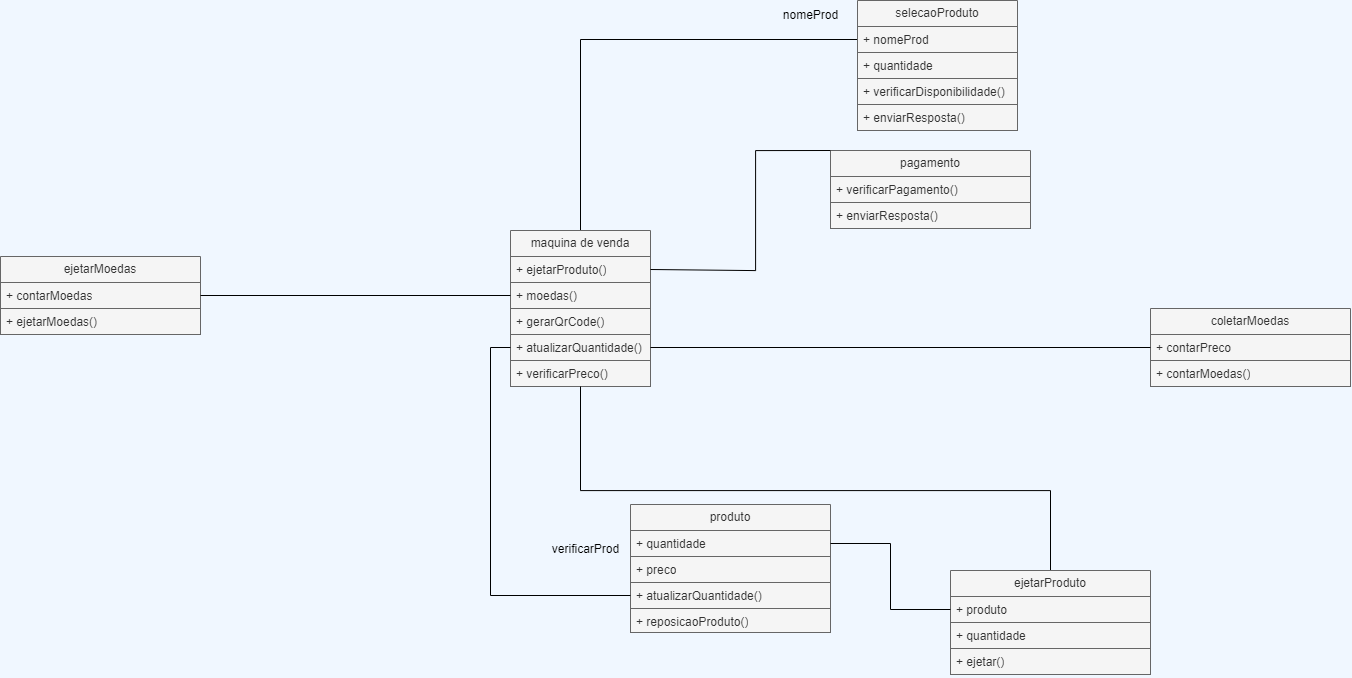
Before: puc2024.2/Diagrama sem nome.drawio.png, a diagram exported from draw.io (batista29/puc). Source tidied: cells renumbered, new cells last; positions are measured from the earlier drawing's top-left corner, leaving out a move shared by most shapes. Its diagram source:
```xml
<mxGraphModel background="#F0F7FF">
  <root>
    <mxCell id="0" />
    <mxCell id="1" parent="0" />
    <mxCell id="2" style="edgeStyle=orthogonalEdgeStyle;rounded=0;jettySize=auto;html=1;entryX=0;entryY=0.5;entryDx=0;entryDy=0;exitX=0.5;exitY=0;exitDx=0;exitDy=0;endArrow=none;endFill=0;" parent="1" edge="1" source="3" target="10">
      <mxGeometry relative="1" as="geometry" />
    </mxCell>
    <mxCell id="3" value="maquina de venda" style="swimlane;fontStyle=0;horizontal=1;startSize=26;whiteSpace=wrap;html=1;fillColor=#f5f5f5;fontColor=#333333;strokeColor=#666666;" parent="1" vertex="1">
      <mxGeometry x="510" y="230" width="140" height="156" as="geometry" />
    </mxCell>
    <mxCell id="4" value="+ ejetarProduto()" style="text;align=left;verticalAlign=top;spacingLeft=4;spacingRight=4;overflow=hidden;points=[[0,0.5],[1,0.5]];portConstraint=eastwest;whiteSpace=wrap;html=1;fillColor=#f5f5f5;fontColor=#333333;strokeColor=#666666;" parent="3" vertex="1">
      <mxGeometry y="26" width="140" height="26" as="geometry" />
    </mxCell>
    <mxCell id="5" value="+ moedas()" style="text;align=left;verticalAlign=top;spacingLeft=4;spacingRight=4;overflow=hidden;points=[[0,0.5],[1,0.5]];portConstraint=eastwest;whiteSpace=wrap;html=1;fillColor=#f5f5f5;fontColor=#333333;strokeColor=#666666;" parent="3" vertex="1">
      <mxGeometry y="52" width="140" height="26" as="geometry" />
    </mxCell>
    <mxCell id="6" value="+ gerarQrCode()" style="text;align=left;verticalAlign=top;spacingLeft=4;spacingRight=4;overflow=hidden;whiteSpace=wrap;html=1;fillColor=#f5f5f5;fontColor=#333333;strokeColor=#666666;" parent="3" vertex="1">
      <mxGeometry y="78" width="140" height="26" as="geometry" />
    </mxCell>
    <mxCell id="7" value="+ atualizarQuantidade()" style="text;align=left;verticalAlign=top;spacingLeft=4;spacingRight=4;overflow=hidden;points=[[0,0.5],[1,0.5]];portConstraint=eastwest;whiteSpace=wrap;html=1;fillColor=#f5f5f5;fontColor=#333333;strokeColor=#666666;" parent="3" vertex="1">
      <mxGeometry y="104" width="140" height="26" as="geometry" />
    </mxCell>
    <mxCell id="8" value="+ verificarPreco()" style="text;align=left;verticalAlign=top;spacingLeft=4;spacingRight=4;overflow=hidden;whiteSpace=wrap;html=1;fillColor=#f5f5f5;fontColor=#333333;strokeColor=#666666;" parent="3" vertex="1">
      <mxGeometry y="130" width="140" height="26" as="geometry" />
    </mxCell>
    <mxCell id="9" value="selecaoProduto" style="swimlane;fontStyle=0;horizontal=1;startSize=26;whiteSpace=wrap;html=1;fillColor=#f5f5f5;fontColor=#333333;strokeColor=#666666;" parent="1" vertex="1">
      <mxGeometry x="857" width="160" height="130" as="geometry" />
    </mxCell>
    <mxCell id="10" value="+ nomeProd" style="text;align=left;verticalAlign=top;spacingLeft=4;spacingRight=4;overflow=hidden;points=[[0,0.5],[1,0.5]];portConstraint=eastwest;whiteSpace=wrap;html=1;fillColor=#f5f5f5;fontColor=#333333;strokeColor=#666666;" parent="9" vertex="1">
      <mxGeometry y="26" width="160" height="26" as="geometry" />
    </mxCell>
    <mxCell id="11" value="+ quantidade" style="text;align=left;verticalAlign=top;spacingLeft=4;spacingRight=4;overflow=hidden;whiteSpace=wrap;html=1;fillColor=#f5f5f5;fontColor=#333333;strokeColor=#666666;" parent="9" vertex="1">
      <mxGeometry y="52" width="160" height="26" as="geometry" />
    </mxCell>
    <mxCell id="12" value="+ verificarDisponibilidade()" style="text;align=left;verticalAlign=top;spacingLeft=4;spacingRight=4;overflow=hidden;whiteSpace=wrap;html=1;fillColor=#f5f5f5;fontColor=#333333;strokeColor=#666666;" parent="9" vertex="1">
      <mxGeometry y="78" width="160" height="26" as="geometry" />
    </mxCell>
    <mxCell id="13" value="+ enviarResposta()" style="text;align=left;verticalAlign=top;spacingLeft=4;spacingRight=4;overflow=hidden;whiteSpace=wrap;html=1;fillColor=#f5f5f5;fontColor=#333333;strokeColor=#666666;" parent="9" vertex="1">
      <mxGeometry y="104" width="160" height="26" as="geometry" />
    </mxCell>
    <mxCell id="14" value="nomeProd" style="text;html=1;align=center;verticalAlign=middle;strokeColor=none;fillColor=none;" parent="1" vertex="1">
      <mxGeometry x="770" width="80" height="30" as="geometry" />
    </mxCell>
    <mxCell id="15" value="pagamento" style="swimlane;fontStyle=0;horizontal=1;startSize=26;whiteSpace=wrap;html=1;fillColor=#f5f5f5;fontColor=#333333;strokeColor=#666666;" parent="1" vertex="1">
      <mxGeometry x="830" y="150" width="200" height="78" as="geometry" />
    </mxCell>
    <mxCell id="16" value="+ verificarPagamento()" style="text;align=left;verticalAlign=top;spacingLeft=4;spacingRight=4;overflow=hidden;whiteSpace=wrap;html=1;fillColor=#f5f5f5;fontColor=#333333;strokeColor=#666666;" parent="15" vertex="1">
      <mxGeometry y="26" width="200" height="26" as="geometry" />
    </mxCell>
    <mxCell id="17" value="+ enviarResposta()" style="text;align=left;verticalAlign=top;spacingLeft=4;spacingRight=4;overflow=hidden;whiteSpace=wrap;html=1;fillColor=#f5f5f5;fontColor=#333333;strokeColor=#666666;" parent="15" vertex="1">
      <mxGeometry y="52" width="200" height="26" as="geometry" />
    </mxCell>
    <mxCell id="18" style="edgeStyle=orthogonalEdgeStyle;rounded=0;jettySize=auto;html=1;exitX=1;exitY=0.5;exitDx=0;exitDy=0;entryX=0;entryY=0;entryDx=0;entryDy=0;endArrow=none;endFill=0;" parent="1" edge="1" source="4" target="15">
      <mxGeometry relative="1" as="geometry">
        <Array as="points">
          <mxPoint x="755" y="270" />
        </Array>
      </mxGeometry>
    </mxCell>
    <mxCell id="19" value="produto" style="swimlane;fontStyle=0;horizontal=1;startSize=26;whiteSpace=wrap;html=1;fillColor=#f5f5f5;fontColor=#333333;strokeColor=#666666;" parent="1" vertex="1">
      <mxGeometry x="630" y="504" width="200" height="128" as="geometry" />
    </mxCell>
    <mxCell id="20" value="+ quantidade" style="text;align=left;verticalAlign=top;spacingLeft=4;spacingRight=4;overflow=hidden;points=[[0,0.5],[1,0.5]];portConstraint=eastwest;whiteSpace=wrap;html=1;fillColor=#f5f5f5;fontColor=#333333;strokeColor=#666666;" parent="19" vertex="1">
      <mxGeometry y="26" width="200" height="26" as="geometry" />
    </mxCell>
    <mxCell id="21" value="+ preco" style="text;align=left;verticalAlign=top;spacingLeft=4;spacingRight=4;overflow=hidden;whiteSpace=wrap;html=1;fillColor=#f5f5f5;fontColor=#333333;strokeColor=#666666;" parent="19" vertex="1">
      <mxGeometry y="52" width="200" height="26" as="geometry" />
    </mxCell>
    <mxCell id="22" value="+ atualizarQuantidade()" style="text;align=left;verticalAlign=top;spacingLeft=4;spacingRight=4;overflow=hidden;points=[[0,0.5],[1,0.5]];portConstraint=eastwest;whiteSpace=wrap;html=1;fillColor=#f5f5f5;fontColor=#333333;strokeColor=#666666;" parent="19" vertex="1">
      <mxGeometry y="78" width="200" height="26" as="geometry" />
    </mxCell>
    <mxCell id="23" value="+ reposicaoProduto()" style="text;align=left;verticalAlign=top;spacingLeft=4;spacingRight=4;overflow=hidden;whiteSpace=wrap;html=1;fillColor=#f5f5f5;fontColor=#333333;strokeColor=#666666;" parent="19" vertex="1">
      <mxGeometry y="104" width="200" height="24" as="geometry" />
    </mxCell>
    <mxCell id="24" value="verificarProd" style="text;html=1;align=center;verticalAlign=middle;strokeColor=none;fillColor=none;" parent="1" vertex="1">
      <mxGeometry x="540" y="534" width="90" height="30" as="geometry" />
    </mxCell>
    <mxCell id="25" style="edgeStyle=orthogonalEdgeStyle;rounded=0;jettySize=auto;html=1;entryX=0;entryY=0.5;entryDx=0;entryDy=0;exitX=0;exitY=0.5;exitDx=0;exitDy=0;endArrow=none;endFill=0;" parent="1" edge="1" source="7" target="22">
      <mxGeometry relative="1" as="geometry" />
    </mxCell>
    <mxCell id="26" style="edgeStyle=orthogonalEdgeStyle;rounded=0;jettySize=auto;html=1;entryX=0.5;entryY=1;entryDx=0;entryDy=0;endArrow=none;endFill=0;" parent="1" edge="1" source="27" target="3">
      <mxGeometry relative="1" as="geometry">
        <Array as="points">
          <mxPoint x="1050" y="490" />
          <mxPoint x="580" y="490" />
        </Array>
      </mxGeometry>
    </mxCell>
    <mxCell id="27" value="ejetarProduto" style="swimlane;fontStyle=0;horizontal=1;startSize=26;whiteSpace=wrap;html=1;fillColor=#f5f5f5;fontColor=#333333;strokeColor=#666666;" parent="1" vertex="1">
      <mxGeometry x="950" y="570" width="200" height="104" as="geometry" />
    </mxCell>
    <mxCell id="28" value="+ produto" style="text;align=left;verticalAlign=top;spacingLeft=4;spacingRight=4;overflow=hidden;points=[[0,0.5],[1,0.5]];portConstraint=eastwest;whiteSpace=wrap;html=1;fillColor=#f5f5f5;fontColor=#333333;strokeColor=#666666;" parent="27" vertex="1">
      <mxGeometry y="26" width="200" height="26" as="geometry" />
    </mxCell>
    <mxCell id="29" value="+ quantidade" style="text;align=left;verticalAlign=top;spacingLeft=4;spacingRight=4;overflow=hidden;whiteSpace=wrap;html=1;fillColor=#f5f5f5;fontColor=#333333;strokeColor=#666666;" parent="27" vertex="1">
      <mxGeometry y="52" width="200" height="26" as="geometry" />
    </mxCell>
    <mxCell id="30" value="+ ejetar()" style="text;align=left;verticalAlign=top;spacingLeft=4;spacingRight=4;overflow=hidden;whiteSpace=wrap;html=1;fillColor=#f5f5f5;fontColor=#333333;strokeColor=#666666;" parent="27" vertex="1">
      <mxGeometry y="78" width="200" height="26" as="geometry" />
    </mxCell>
    <mxCell id="31" style="edgeStyle=orthogonalEdgeStyle;rounded=0;jettySize=auto;html=1;entryX=0;entryY=0.5;entryDx=0;entryDy=0;endArrow=none;endFill=0;" parent="1" edge="1" source="20" target="28">
      <mxGeometry relative="1" as="geometry" />
    </mxCell>
    <mxCell id="32" value="coletarMoedas" style="swimlane;fontStyle=0;horizontal=1;startSize=26;whiteSpace=wrap;html=1;fillColor=#f5f5f5;fontColor=#333333;strokeColor=#666666;" parent="1" vertex="1">
      <mxGeometry x="1150" y="308" width="200" height="78" as="geometry" />
    </mxCell>
    <mxCell id="33" value="+ contarPreco" style="text;align=left;verticalAlign=top;spacingLeft=4;spacingRight=4;overflow=hidden;points=[[0,0.5],[1,0.5]];portConstraint=eastwest;whiteSpace=wrap;html=1;fillColor=#f5f5f5;fontColor=#333333;strokeColor=#666666;" parent="32" vertex="1">
      <mxGeometry y="26" width="200" height="26" as="geometry" />
    </mxCell>
    <mxCell id="34" value="+ contarMoedas()" style="text;align=left;verticalAlign=top;spacingLeft=4;spacingRight=4;overflow=hidden;whiteSpace=wrap;html=1;fillColor=#f5f5f5;fontColor=#333333;strokeColor=#666666;" parent="32" vertex="1">
      <mxGeometry y="52" width="200" height="26" as="geometry" />
    </mxCell>
    <mxCell id="35" style="edgeStyle=orthogonalEdgeStyle;rounded=0;jettySize=auto;html=1;entryX=0;entryY=0.5;entryDx=0;entryDy=0;endArrow=none;endFill=0;" parent="1" edge="1" source="7" target="33">
      <mxGeometry relative="1" as="geometry" />
    </mxCell>
    <mxCell id="36" value="ejetarMoedas" style="swimlane;fontStyle=0;horizontal=1;startSize=26;whiteSpace=wrap;html=1;fillColor=#f5f5f5;fontColor=#333333;strokeColor=#666666;" parent="1" vertex="1">
      <mxGeometry y="256" width="200" height="78" as="geometry" />
    </mxCell>
    <mxCell id="37" value="+ contarMoedas" style="text;align=left;verticalAlign=top;spacingLeft=4;spacingRight=4;overflow=hidden;points=[[0,0.5],[1,0.5]];portConstraint=eastwest;whiteSpace=wrap;html=1;fillColor=#f5f5f5;fontColor=#333333;strokeColor=#666666;" parent="36" vertex="1">
      <mxGeometry y="26" width="200" height="26" as="geometry" />
    </mxCell>
    <mxCell id="38" value="+ ejetarMoedas()" style="text;align=left;verticalAlign=top;spacingLeft=4;spacingRight=4;overflow=hidden;whiteSpace=wrap;html=1;fillColor=#f5f5f5;fontColor=#333333;strokeColor=#666666;" parent="36" vertex="1">
      <mxGeometry y="52" width="200" height="26" as="geometry" />
    </mxCell>
    <mxCell id="39" style="edgeStyle=orthogonalEdgeStyle;rounded=0;jettySize=auto;html=1;entryX=0;entryY=0.5;entryDx=0;entryDy=0;endArrow=none;endFill=0;" parent="1" edge="1" source="37" target="5">
      <mxGeometry relative="1" as="geometry" />
    </mxCell>
  </root>
</mxGraphModel>
```
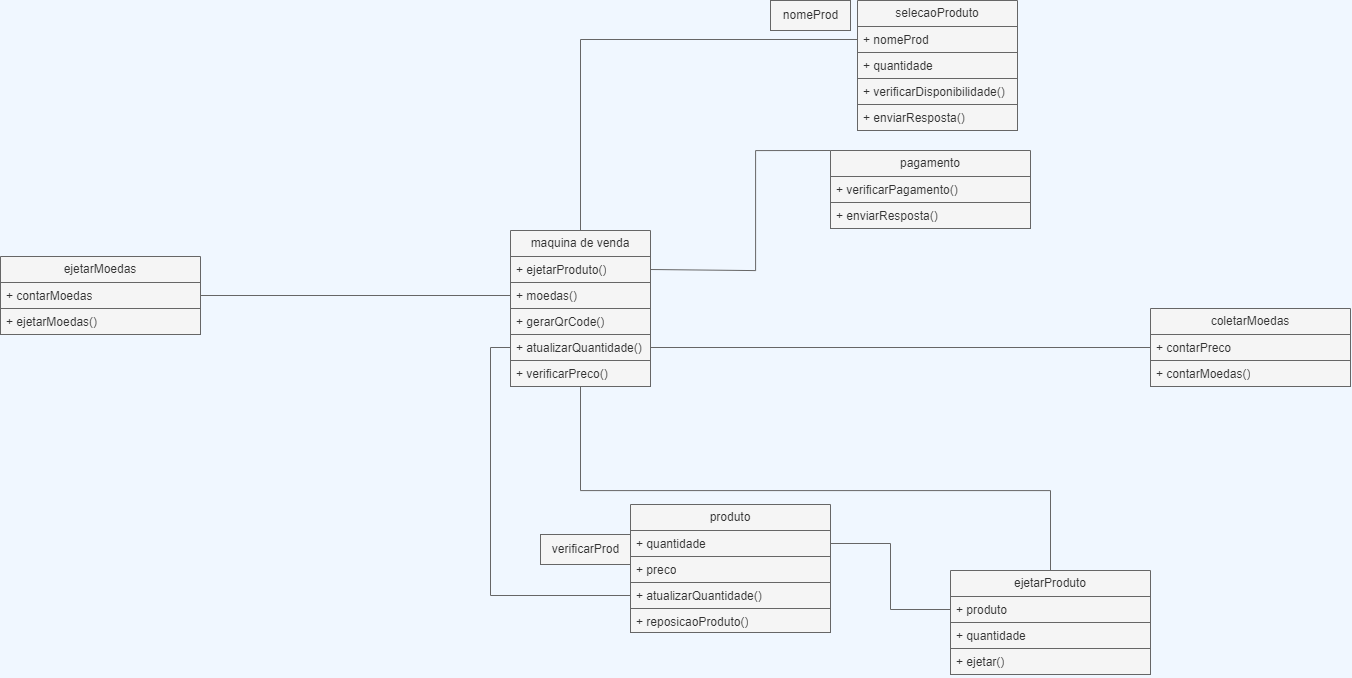
The same file after the commit.

Change to the diagram source:
```diff
@@ -2,7 +2,7 @@
   <root>
     <mxCell id="0" />
     <mxCell id="1" parent="0" />
-    <mxCell id="2" style="edgeStyle=orthogonalEdgeStyle;rounded=0;jettySize=auto;html=1;entryX=0;entryY=0.5;entryDx=0;entryDy=0;exitX=0.5;exitY=0;exitDx=0;exitDy=0;endArrow=none;endFill=0;" parent="1" edge="1" source="3" target="10">
+    <mxCell id="2" style="edgeStyle=orthogonalEdgeStyle;rounded=0;jettySize=auto;html=1;entryX=0;entryY=0.5;entryDx=0;entryDy=0;exitX=0.5;exitY=0;exitDx=0;exitDy=0;endArrow=none;endFill=0;fillColor=#f5f5f5;strokeColor=#666666;" parent="1" edge="1" source="3" target="10">
       <mxGeometry relative="1" as="geometry" />
     </mxCell>
     <mxCell id="3" value="maquina de venda" style="swimlane;fontStyle=0;horizontal=1;startSize=26;whiteSpace=wrap;html=1;fillColor=#f5f5f5;fontColor=#333333;strokeColor=#666666;" parent="1" vertex="1">
@@ -38,7 +38,7 @@
     <mxCell id="13" value="+ enviarResposta()" style="text;align=left;verticalAlign=top;spacingLeft=4;spacingRight=4;overflow=hidden;whiteSpace=wrap;html=1;fillColor=#f5f5f5;fontColor=#333333;strokeColor=#666666;" parent="9" vertex="1">
       <mxGeometry y="104" width="160" height="26" as="geometry" />
     </mxCell>
-    <mxCell id="14" value="nomeProd" style="text;html=1;align=center;verticalAlign=middle;strokeColor=none;fillColor=none;" parent="1" vertex="1">
+    <mxCell id="14" value="nomeProd" style="text;html=1;align=center;verticalAlign=middle;strokeColor=#666666;fillColor=#f5f5f5;fontColor=#333333;" parent="1" vertex="1">
       <mxGeometry x="770" width="80" height="30" as="geometry" />
     </mxCell>
     <mxCell id="15" value="pagamento" style="swimlane;fontStyle=0;horizontal=1;startSize=26;whiteSpace=wrap;html=1;fillColor=#f5f5f5;fontColor=#333333;strokeColor=#666666;" parent="1" vertex="1">
@@ -50,7 +50,7 @@
     <mxCell id="17" value="+ enviarResposta()" style="text;align=left;verticalAlign=top;spacingLeft=4;spacingRight=4;overflow=hidden;whiteSpace=wrap;html=1;fillColor=#f5f5f5;fontColor=#333333;strokeColor=#666666;" parent="15" vertex="1">
       <mxGeometry y="52" width="200" height="26" as="geometry" />
     </mxCell>
-    <mxCell id="18" style="edgeStyle=orthogonalEdgeStyle;rounded=0;jettySize=auto;html=1;exitX=1;exitY=0.5;exitDx=0;exitDy=0;entryX=0;entryY=0;entryDx=0;entryDy=0;endArrow=none;endFill=0;" parent="1" edge="1" source="4" target="15">
+    <mxCell id="18" style="edgeStyle=orthogonalEdgeStyle;rounded=0;jettySize=auto;html=1;exitX=1;exitY=0.5;exitDx=0;exitDy=0;entryX=0;entryY=0;entryDx=0;entryDy=0;endArrow=none;endFill=0;fillColor=#f5f5f5;strokeColor=#666666;" parent="1" edge="1" source="4" target="15">
       <mxGeometry relative="1" as="geometry">
         <Array as="points">
           <mxPoint x="755" y="270" />
@@ -72,13 +72,13 @@
     <mxCell id="23" value="+ reposicaoProduto()" style="text;align=left;verticalAlign=top;spacingLeft=4;spacingRight=4;overflow=hidden;whiteSpace=wrap;html=1;fillColor=#f5f5f5;fontColor=#333333;strokeColor=#666666;" parent="19" vertex="1">
       <mxGeometry y="104" width="200" height="24" as="geometry" />
     </mxCell>
-    <mxCell id="24" value="verificarProd" style="text;html=1;align=center;verticalAlign=middle;strokeColor=none;fillColor=none;" parent="1" vertex="1">
+    <mxCell id="24" value="verificarProd" style="text;html=1;align=center;verticalAlign=middle;strokeColor=#666666;fillColor=#f5f5f5;fontColor=#333333;" parent="1" vertex="1">
       <mxGeometry x="540" y="534" width="90" height="30" as="geometry" />
     </mxCell>
-    <mxCell id="25" style="edgeStyle=orthogonalEdgeStyle;rounded=0;jettySize=auto;html=1;entryX=0;entryY=0.5;entryDx=0;entryDy=0;exitX=0;exitY=0.5;exitDx=0;exitDy=0;endArrow=none;endFill=0;" parent="1" edge="1" source="7" target="22">
+    <mxCell id="25" style="edgeStyle=orthogonalEdgeStyle;rounded=0;jettySize=auto;html=1;entryX=0;entryY=0.5;entryDx=0;entryDy=0;exitX=0;exitY=0.5;exitDx=0;exitDy=0;endArrow=none;endFill=0;fillColor=#f5f5f5;strokeColor=#666666;" parent="1" edge="1" source="7" target="22">
       <mxGeometry relative="1" as="geometry" />
     </mxCell>
-    <mxCell id="26" style="edgeStyle=orthogonalEdgeStyle;rounded=0;jettySize=auto;html=1;entryX=0.5;entryY=1;entryDx=0;entryDy=0;endArrow=none;endFill=0;" parent="1" edge="1" source="27" target="3">
+    <mxCell id="26" style="edgeStyle=orthogonalEdgeStyle;rounded=0;jettySize=auto;html=1;entryX=0.5;entryY=1;entryDx=0;entryDy=0;endArrow=none;endFill=0;fillColor=#f5f5f5;strokeColor=#666666;" parent="1" edge="1" source="27" target="3">
       <mxGeometry relative="1" as="geometry">
         <Array as="points">
           <mxPoint x="1050" y="490" />
@@ -98,7 +98,7 @@
     <mxCell id="30" value="+ ejetar()" style="text;align=left;verticalAlign=top;spacingLeft=4;spacingRight=4;overflow=hidden;whiteSpace=wrap;html=1;fillColor=#f5f5f5;fontColor=#333333;strokeColor=#666666;" parent="27" vertex="1">
       <mxGeometry y="78" width="200" height="26" as="geometry" />
     </mxCell>
-    <mxCell id="31" style="edgeStyle=orthogonalEdgeStyle;rounded=0;jettySize=auto;html=1;entryX=0;entryY=0.5;entryDx=0;entryDy=0;endArrow=none;endFill=0;" parent="1" edge="1" source="20" target="28">
+    <mxCell id="31" style="edgeStyle=orthogonalEdgeStyle;rounded=0;jettySize=auto;html=1;entryX=0;entryY=0.5;entryDx=0;entryDy=0;endArrow=none;endFill=0;fillColor=#f5f5f5;strokeColor=#666666;" parent="1" edge="1" source="20" target="28">
       <mxGeometry relative="1" as="geometry" />
     </mxCell>
     <mxCell id="32" value="coletarMoedas" style="swimlane;fontStyle=0;horizontal=1;startSize=26;whiteSpace=wrap;html=1;fillColor=#f5f5f5;fontColor=#333333;strokeColor=#666666;" parent="1" vertex="1">
@@ -110,7 +110,7 @@
     <mxCell id="34" value="+ contarMoedas()" style="text;align=left;verticalAlign=top;spacingLeft=4;spacingRight=4;overflow=hidden;whiteSpace=wrap;html=1;fillColor=#f5f5f5;fontColor=#333333;strokeColor=#666666;" parent="32" vertex="1">
       <mxGeometry y="52" width="200" height="26" as="geometry" />
     </mxCell>
-    <mxCell id="35" style="edgeStyle=orthogonalEdgeStyle;rounded=0;jettySize=auto;html=1;entryX=0;entryY=0.5;entryDx=0;entryDy=0;endArrow=none;endFill=0;" parent="1" edge="1" source="7" target="33">
+    <mxCell id="35" style="edgeStyle=orthogonalEdgeStyle;rounded=0;jettySize=auto;html=1;entryX=0;entryY=0.5;entryDx=0;entryDy=0;endArrow=none;endFill=0;fillColor=#f5f5f5;strokeColor=#666666;" parent="1" edge="1" source="7" target="33">
       <mxGeometry relative="1" as="geometry" />
     </mxCell>
     <mxCell id="36" value="ejetarMoedas" style="swimlane;fontStyle=0;horizontal=1;startSize=26;whiteSpace=wrap;html=1;fillColor=#f5f5f5;fontColor=#333333;strokeColor=#666666;" parent="1" vertex="1">
@@ -122,7 +122,7 @@
     <mxCell id="38" value="+ ejetarMoedas()" style="text;align=left;verticalAlign=top;spacingLeft=4;spacingRight=4;overflow=hidden;whiteSpace=wrap;html=1;fillColor=#f5f5f5;fontColor=#333333;strokeColor=#666666;" parent="36" vertex="1">
       <mxGeometry y="52" width="200" height="26" as="geometry" />
     </mxCell>
-    <mxCell id="39" style="edgeStyle=orthogonalEdgeStyle;rounded=0;jettySize=auto;html=1;entryX=0;entryY=0.5;entryDx=0;entryDy=0;endArrow=none;endFill=0;" parent="1" edge="1" source="37" target="5">
+    <mxCell id="39" style="edgeStyle=orthogonalEdgeStyle;rounded=0;jettySize=auto;html=1;entryX=0;entryY=0.5;entryDx=0;entryDy=0;endArrow=none;endFill=0;fillColor=#f5f5f5;strokeColor=#666666;" parent="1" edge="1" source="37" target="5">
       <mxGeometry relative="1" as="geometry" />
     </mxCell>
   </root>
```
